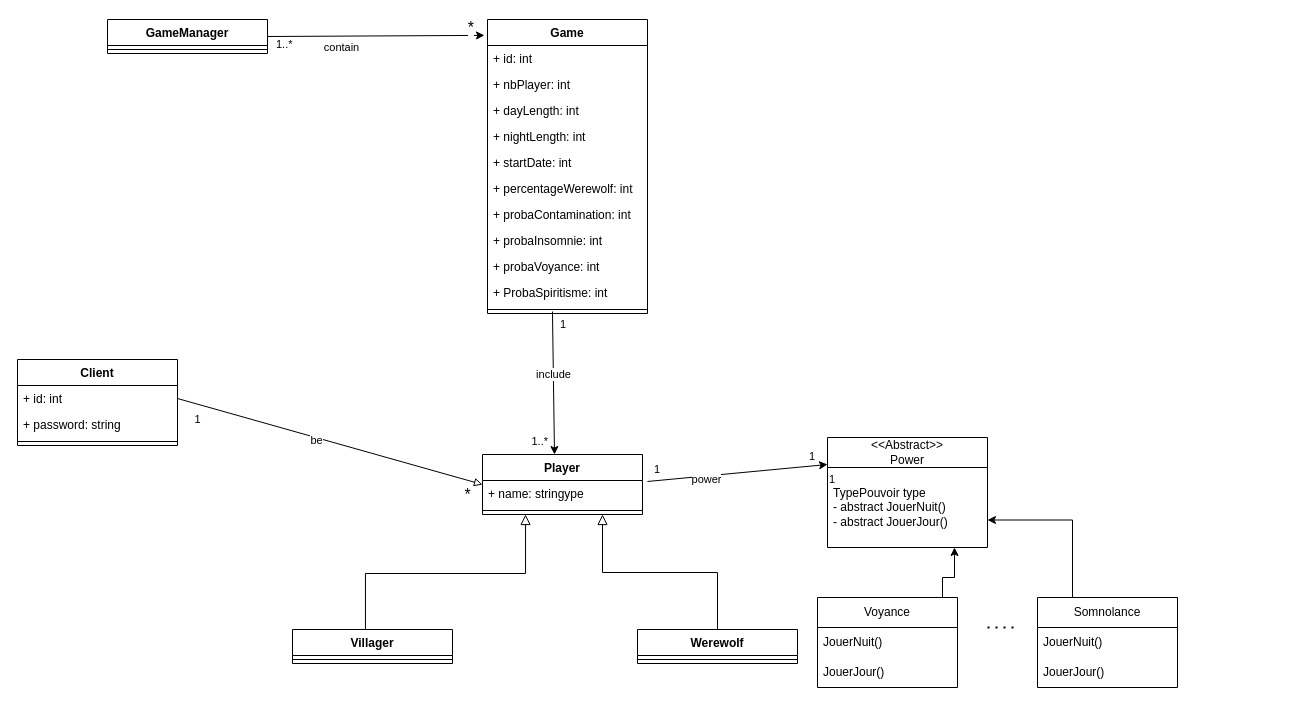
gfhuth/werewolf keeps this draw.io diagram as documentation/server/diagramme_de_classes_jeu.drawio. Above is the earlier version. Source tidied: cells renumbered, new cells numbered last; positions are measured from the earlier drawing's top-left corner, leaving out a move shared by most shapes. Both pictures are drawn from the tidied source at 100%, with x=0, y=0 at pixel (17, 19).
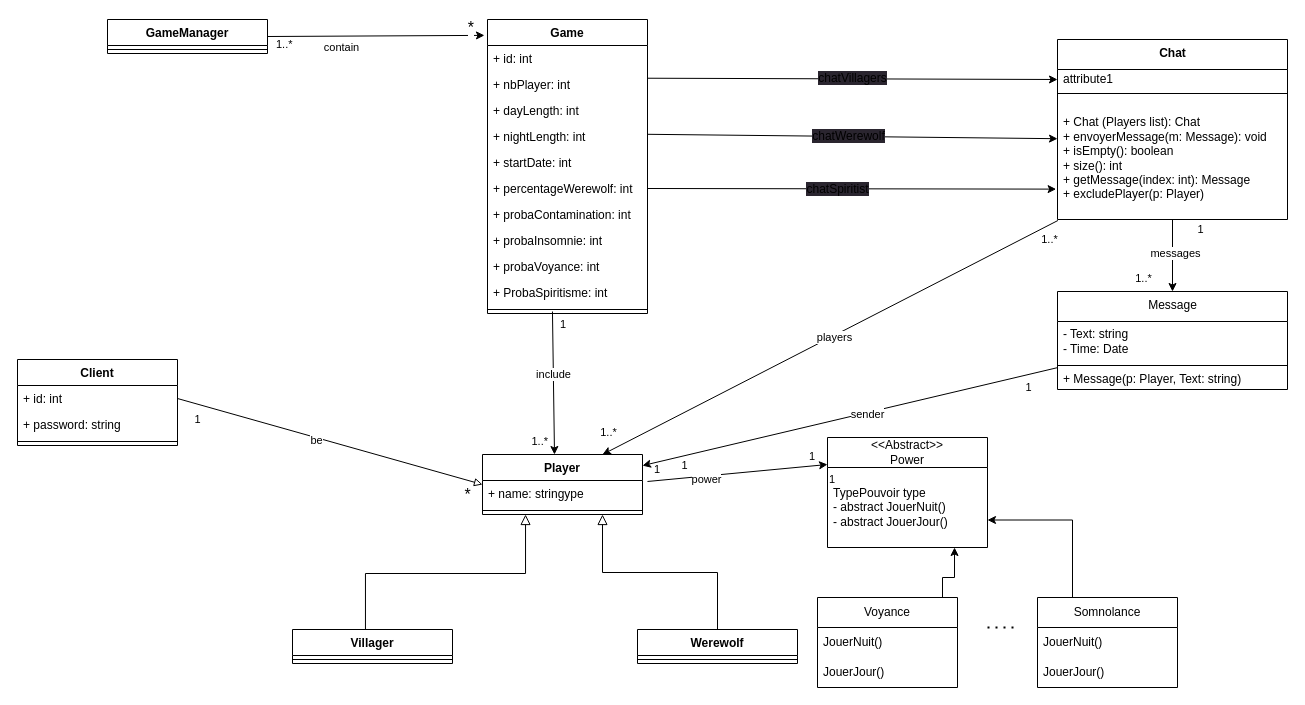
The same page after the edit.

Commit message:
init chat model

Unchanged cells that the change refers to:
```xml
<mxCell id="22" value="+ nbPlayer: int" style="text;strokeColor=none;fillColor=none;align=left;verticalAlign=top;spacingLeft=4;spacingRight=4;overflow=hidden;points=[[0,0.5],[1,0.5]];portConstraint=eastwest;" parent="20" vertex="1">
  <mxGeometry y="52" width="160" height="26" as="geometry" />
</mxCell>
<mxCell id="26" value="+ percentageWerewolf: int" style="text;strokeColor=none;fillColor=none;align=left;verticalAlign=top;spacingLeft=4;spacingRight=4;overflow=hidden;points=[[0,0.5],[1,0.5]];portConstraint=eastwest;" parent="20" vertex="1">
  <mxGeometry y="156" width="160" height="26" as="geometry" />
</mxCell>
<mxCell id="42" value="Player" style="swimlane;fontStyle=1;align=center;verticalAlign=top;horizontal=1;startSize=26;" parent="1" vertex="1">
  <mxGeometry x="465" y="435" width="160" height="60" as="geometry" />
</mxCell>
```

Diff of the diagram source:
```diff
@@
+    <mxCell id="57" style="edgeStyle=none;html=1;" parent="1" edge="1" source="61" target="42">
+      <mxGeometry relative="1" as="geometry" />
+    </mxCell>
+    <mxCell id="58" value="sender" style="edgeLabel;html=1;align=center;verticalAlign=middle;" parent="57" vertex="1">
+      <mxGeometry x="-0.08" y="1" relative="1" as="geometry" />
+    </mxCell>
+    <mxCell id="59" value="1" style="edgeLabel;html=1;align=center;verticalAlign=middle;" parent="57" vertex="1">
+      <mxGeometry x="0.84" y="1" relative="1" as="geometry">
+        <mxPoint x="8" y="6" as="offset" />
+      </mxGeometry>
+    </mxCell>
+    <mxCell id="60" value="1" style="edgeLabel;html=1;align=center;verticalAlign=middle;" parent="57" vertex="1">
+      <mxGeometry x="-0.92" y="1" relative="1" as="geometry">
+        <mxPoint x="-13" y="14" as="offset" />
+      </mxGeometry>
+    </mxCell>
+    <mxCell id="61" value="Message" style="swimlane;fontStyle=0;align=center;verticalAlign=top;horizontal=1;startSize=30;html=1;" parent="1" vertex="1">
+      <mxGeometry x="1040" y="272" width="230" height="98" as="geometry" />
+    </mxCell>
+    <mxCell id="62" value="- Text: string&lt;br&gt;- Time: Date&amp;nbsp;" style="text;html=1;strokeColor=none;fillColor=none;align=left;verticalAlign=middle;spacingLeft=4;spacingRight=4;overflow=hidden;" parent="61" vertex="1">
+      <mxGeometry y="30" width="230" height="40" as="geometry" />
+    </mxCell>
+    <mxCell id="63" style="line;strokeWidth=1;fillColor=none;align=left;verticalAlign=middle;spacingTop=-1;spacingLeft=3;spacingRight=3;labelPosition=right;" parent="61" vertex="1">
+      <mxGeometry y="70" width="230" height="8" as="geometry" />
+    </mxCell>
+    <mxCell id="64" value="+ Message(p: Player, Text: string)" style="text;html=1;strokeColor=none;fillColor=none;align=left;verticalAlign=middle;spacingLeft=4;spacingRight=4;overflow=hidden;" parent="61" vertex="1">
+      <mxGeometry y="78" width="230" height="20" as="geometry" />
+    </mxCell>
+    <mxCell id="65" style="edgeStyle=none;html=1;exitX=1;exitY=0.5;exitDx=0;exitDy=0;entryX=-0.002;entryY=0.356;entryDx=0;entryDy=0;entryPerimeter=0;" parent="1" edge="1">
+      <mxGeometry relative="1" as="geometry">
+        <mxPoint x="630.5" y="114.8" as="sourcePoint" />
+        <mxPoint x="1040" y="119.2" as="targetPoint" />
+      </mxGeometry>
+    </mxCell>
+    <mxCell id="66" value="&lt;span style=&quot;font-size: 12px; background-color: rgb(42, 37, 47);&quot;&gt;chatWerewolf&lt;/span&gt;" style="edgeLabel;html=1;align=center;verticalAlign=middle;" parent="65" vertex="1">
+      <mxGeometry x="0.29" y="-3" relative="1" as="geometry">
+        <mxPoint x="-64" y="-4" as="offset" />
+      </mxGeometry>
+    </mxCell>
+    <mxCell id="67" style="edgeStyle=none;html=1;entryX=0.5;entryY=0;entryDx=0;entryDy=0;" parent="1" edge="1" source="71" target="61">
+      <mxGeometry relative="1" as="geometry" />
+    </mxCell>
+    <mxCell id="68" value="messages" style="edgeLabel;html=1;align=center;verticalAlign=middle;" parent="67" vertex="1">
+      <mxGeometry x="-0.07" y="2" relative="1" as="geometry" />
+    </mxCell>
+    <mxCell id="69" value="1" style="edgeLabel;html=1;align=center;verticalAlign=middle;" parent="67" vertex="1">
+      <mxGeometry x="-0.72" y="2" relative="1" as="geometry">
+        <mxPoint x="25" y="-1" as="offset" />
+      </mxGeometry>
+    </mxCell>
+    <mxCell id="70" value="1..*" style="edgeLabel;html=1;align=center;verticalAlign=middle;" parent="67" vertex="1">
+      <mxGeometry x="0.71" y="3" relative="1" as="geometry">
+        <mxPoint x="-33" y="-4" as="offset" />
+      </mxGeometry>
+    </mxCell>
+    <mxCell id="71" value="&lt;b&gt;Chat&lt;/b&gt;" style="swimlane;fontStyle=0;align=center;verticalAlign=top;horizontal=1;startSize=30;html=1;" parent="1" vertex="1">
+      <mxGeometry x="1040" y="20" width="230" height="180" as="geometry" />
+    </mxCell>
+    <mxCell id="72" value="attribute1" style="text;html=1;strokeColor=none;fillColor=none;align=left;verticalAlign=middle;spacingLeft=4;spacingRight=4;overflow=hidden;points=[[0,0.5],[1,0.5]];portConstraint=eastwest;" parent="71" vertex="1">
+      <mxGeometry y="30" width="230" height="20" as="geometry" />
+    </mxCell>
+    <mxCell id="73" style="line;strokeWidth=1;fillColor=none;align=left;verticalAlign=middle;spacingTop=-1;spacingLeft=3;spacingRight=3;labelPosition=right;" parent="71" vertex="1">
+      <mxGeometry y="50" width="230" height="8" as="geometry" />
+    </mxCell>
+    <mxCell id="74" value="+ Chat (Players list): Chat&lt;br&gt;+ envoyerMessage(m: Message): void&lt;br&gt;+ isEmpty(): boolean&lt;br&gt;+ size(): int&lt;br&gt;+ getMessage(index: int): Message&lt;br&gt;+ excludePlayer(p: Player)" style="text;html=1;strokeColor=none;fillColor=none;align=left;verticalAlign=middle;spacingLeft=4;spacingRight=4;overflow=hidden;points=[[0,0.5],[1,0.5]];portConstraint=eastwest;" parent="71" vertex="1">
+      <mxGeometry y="58" width="230" height="122" as="geometry" />
+    </mxCell>
+    <mxCell id="75" style="edgeStyle=none;html=1;exitX=0.002;exitY=1.008;exitDx=0;exitDy=0;entryX=0.75;entryY=0;entryDx=0;entryDy=0;exitPerimeter=0;" parent="1" edge="1" source="74" target="42">
+      <mxGeometry relative="1" as="geometry" />
+    </mxCell>
+    <mxCell id="76" value="players" style="edgeLabel;html=1;align=center;verticalAlign=middle;" parent="75" vertex="1">
+      <mxGeometry x="-0.01" y="2" relative="1" as="geometry">
+        <mxPoint y="-1" as="offset" />
+      </mxGeometry>
+    </mxCell>
+    <mxCell id="77" value="1..*" style="edgeLabel;html=1;align=center;verticalAlign=middle;" parent="75" vertex="1">
+      <mxGeometry x="-0.91" relative="1" as="geometry">
+        <mxPoint x="11" y="8" as="offset" />
+      </mxGeometry>
+    </mxCell>
+    <mxCell id="78" value="1..*" style="edgeLabel;html=1;align=center;verticalAlign=middle;" parent="75" vertex="1">
+      <mxGeometry x="0.92" y="1" relative="1" as="geometry">
+        <mxPoint x="-13" y="-14" as="offset" />
+      </mxGeometry>
+    </mxCell>
+    <mxCell id="79" value="&lt;span style=&quot;font-size: 12px; background-color: rgb(42, 37, 47);&quot;&gt;chatVillagers&lt;/span&gt;" style="edgeStyle=none;html=1;exitX=1.002;exitY=0.259;exitDx=0;exitDy=0;entryX=0;entryY=0.5;entryDx=0;entryDy=0;exitPerimeter=0;" parent="1" edge="1" source="22" target="72">
+      <mxGeometry relative="1" as="geometry" />
+    </mxCell>
+    <mxCell id="80" style="edgeStyle=none;html=1;exitX=1;exitY=0.5;exitDx=0;exitDy=0;entryX=-0.006;entryY=0.751;entryDx=0;entryDy=0;entryPerimeter=0;" parent="1" edge="1" source="26" target="74">
+      <mxGeometry relative="1" as="geometry" />
+    </mxCell>
+    <mxCell id="81" value="&lt;span style=&quot;font-size: 12px; background-color: rgb(42, 37, 47);&quot;&gt;chatSpiritist&lt;/span&gt;" style="edgeLabel;html=1;align=center;verticalAlign=middle;" parent="80" vertex="1">
+      <mxGeometry x="-0.12" y="2" relative="1" as="geometry">
+        <mxPoint x="9" y="2" as="offset" />
+      </mxGeometry>
+    </mxCell>
```
